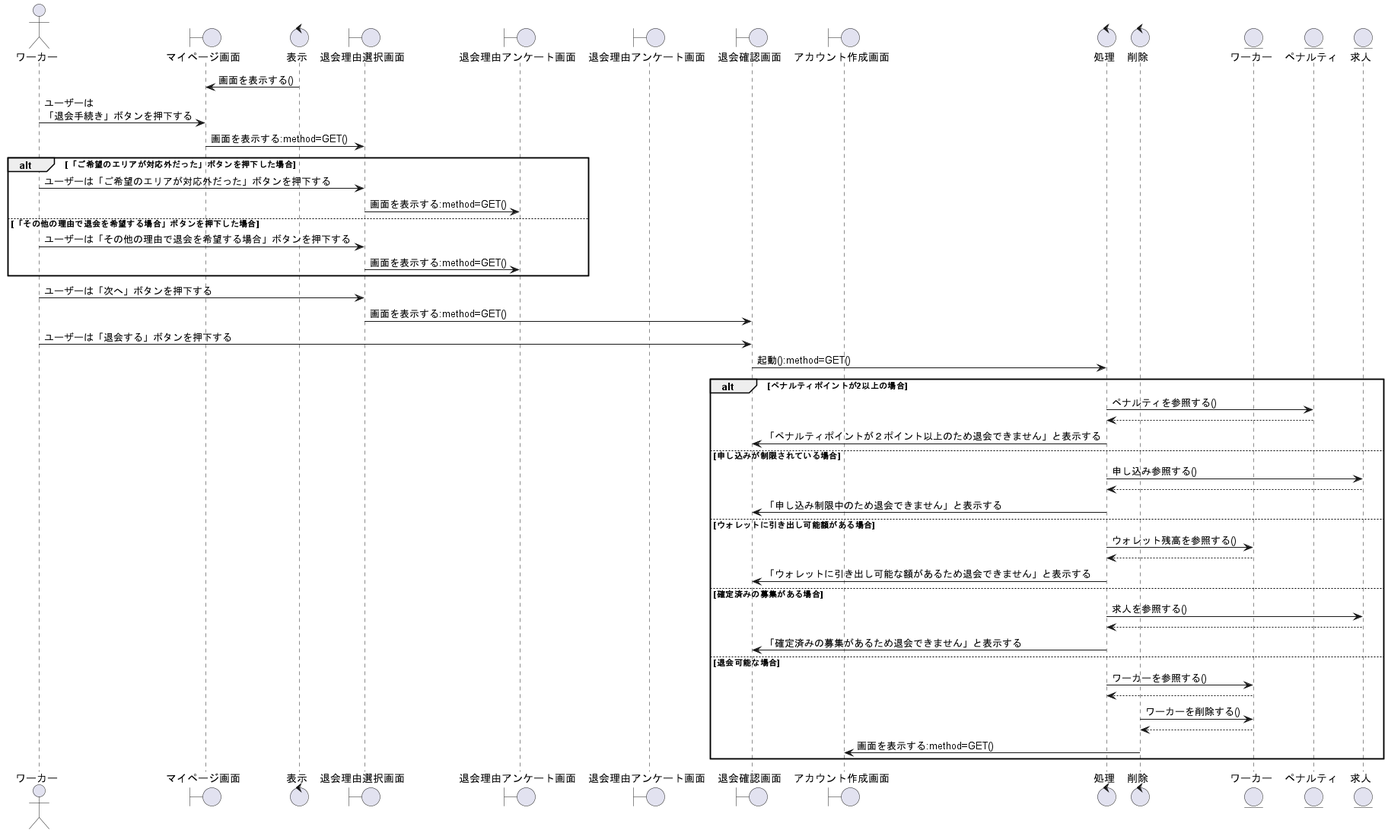
Before: out/sequence_fig/7_acconts_fn/14_退会手続きをする/退会手続きをする.png, a diagram exported from PlantUML (irukacb256/high_Me). Its diagram source:
```plantuml
@startuml 退会手続きをする

actor ワーカー as wo1

boundary マイページ画面 as bo1
control 表示 as co1
boundary 退会理由選択画面 as bo2
boundary 退会理由アンケート画面 as bo3
boundary 退会理由アンケート画面 as bo4
boundary 退会確認画面 as bo5
boundary アカウント作成画面 as bo6

control 処理 as co2
control 削除 as co3

entity ワーカー as en1
entity ペナルティ as en2
entity 求人 as en3

co1 -> bo1:画面を表示する()
wo1 -> bo1:ユーザーは\n「退会手続き」ボタンを押下する
bo1 -> bo2:画面を表示する:method=GET()

alt 「ご希望のエリアが対応外だった」ボタンを押下した場合
    wo1 -> bo2:ユーザーは「ご希望のエリアが対応外だった」ボタンを押下する
    bo2 -> bo3:画面を表示する:method=GET()

else 「その他の理由で退会を希望する場合」ボタンを押下した場合
    wo1 -> bo2:ユーザーは「その他の理由で退会を希望する場合」ボタンを押下する
    bo2 -> bo3:画面を表示する:method=GET()

end

wo1 -> bo2:ユーザーは「次へ」ボタンを押下する
bo2 -> bo5:画面を表示する:method=GET()
wo1 -> bo5:ユーザーは「退会する」ボタンを押下する
bo5 -> co2:起動():method=GET()


alt ペナルティポイントが2以上の場合
    co2 -> en2:ペナルティを参照する()
    co2 <-- en2
    co2 -> bo5:「ペナルティポイントが２ポイント以上のため退会できません」と表示する

else 申し込みが制限されている場合
    co2 -> en3:申し込み参照する()
    co2 <-- en3
    co2 -> bo5:「申し込み制限中のため退会できません」と表示する

else ウォレットに引き出し可能額がある場合
    co2 -> en1:ウォレット残高を参照する()
    co2 <-- en1
    co2 -> bo5:「ウォレットに引き出し可能な額があるため退会できません」と表示する

else 確定済みの募集がある場合
    co2 -> en3:求人を参照する()
    co2 <-- en3
    co2 -> bo5:「確定済みの募集があるため退会できません」と表示する

else 退会可能な場合
    co2 -> en1:ワーカーを参照する()
    en1 --> co2
    co3 -> en1:ワーカーを削除する()
    co3 <-- en1
    co3 -> bo6:画面を表示する:method=GET()

end

@enduml
```
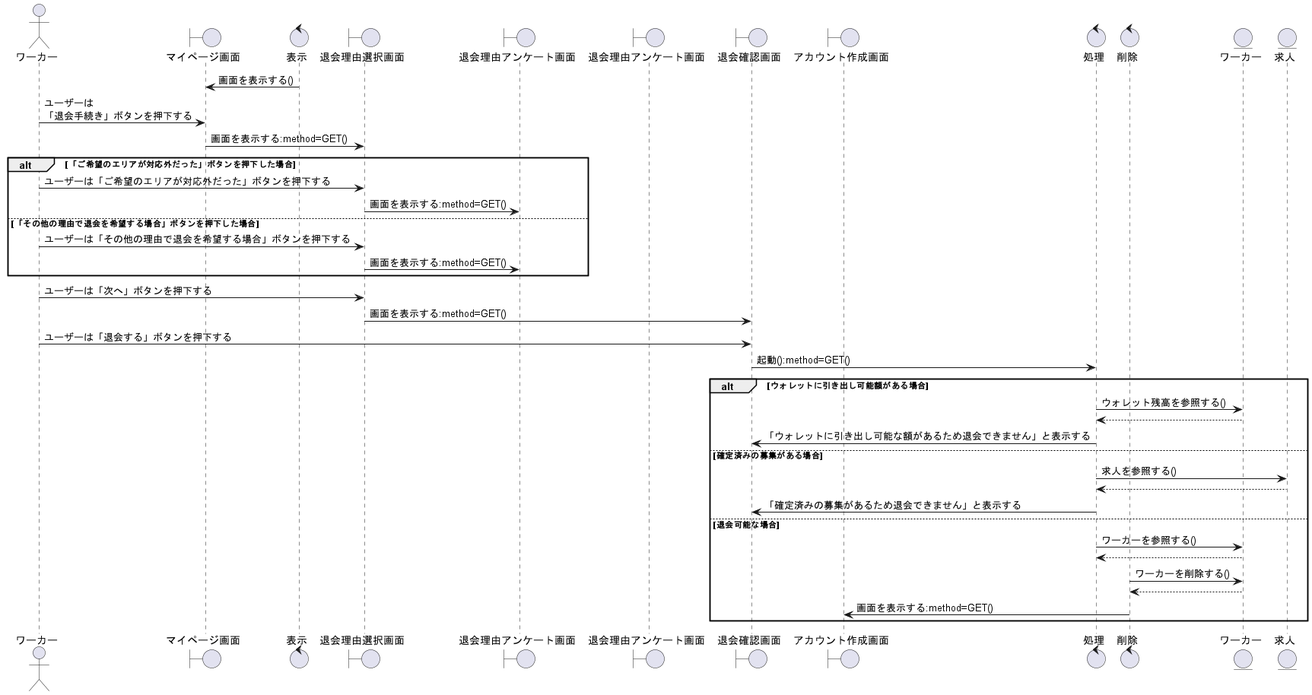
Above is the later version.

Diff of the diagram source:
```diff
@@ -14,8 +14,8 @@
 control 削除 as co3
 
 entity ワーカー as en1
-entity ペナルティ as en2
 entity 求人 as en3
+
 
 co1 -> bo1:画面を表示する()
 wo1 -> bo1:ユーザーは\n「退会手続き」ボタンを押下する
@@ -37,17 +37,10 @@
 bo5 -> co2:起動():method=GET()
 
 
-alt ペナルティポイントが2以上の場合
-    co2 -> en2:ペナルティを参照する()
-    co2 <-- en2
-    co2 -> bo5:「ペナルティポイントが２ポイント以上のため退会できません」と表示する
 
-else 申し込みが制限されている場合
-    co2 -> en3:申し込み参照する()
-    co2 <-- en3
-    co2 -> bo5:「申し込み制限中のため退会できません」と表示する
 
-else ウォレットに引き出し可能額がある場合
+
+alt ウォレットに引き出し可能額がある場合
     co2 -> en1:ウォレット残高を参照する()
     co2 <-- en1
     co2 -> bo5:「ウォレットに引き出し可能な額があるため退会できません」と表示する
```
